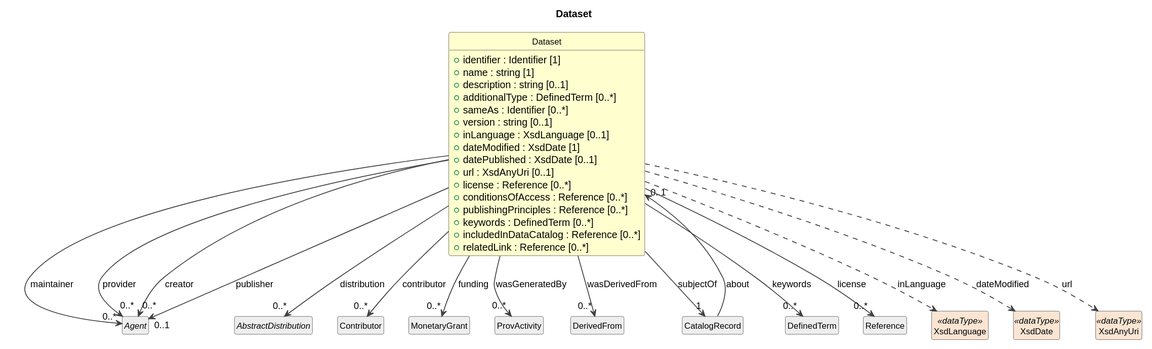
Above: cdif-uml-model/CDIFCore/Classes/Dataset.svg in Cross-Domain-Interoperability-Framework/metadataBuildingBlocks (PlantUML), before the change. Source of this version:
```plantuml
@startuml
title Dataset
hide circle
hide empty members
skinparam shadowing false
skinparam ArrowThickness 1.2
skinparam class {
  ArrowColor #404040
  BorderColor #404040
  FontSize 12
}

class "Dataset" as Dataset #FEFECE {
  +identifier : Identifier [1]
  +name : string [1]
  +description : string [0..1]
  +additionalType : DefinedTerm [0..*]
  +sameAs : Identifier [0..*]
  +version : string [0..1]
  +inLanguage : XsdLanguage [0..1]
  +dateModified : XsdDate [1]
  +datePublished : XsdDate [0..1]
  +url : XsdAnyUri [0..1]
  +license : Reference [0..*]
  +conditionsOfAccess : Reference [0..*]
  +publishingPrinciples : Reference [0..*]
  +keywords : DefinedTerm [0..*]
  +includedInDataCatalog : Reference [0..*]
  +relatedLink : Reference [0..*]
}
abstract class "Agent" as Agent #EEEEEE
Dataset --> "0..*" Agent : maintainer
Dataset --> "0..*" Agent : provider
abstract class "AbstractDistribution" as AbstractDistribution #EEEEEE
Dataset --> "0..*" AbstractDistribution : distribution
Dataset --> "0..*" Agent : creator
class "Contributor" as Contributor #EEEEEE
Dataset --> "0..*" Contributor : contributor
Dataset --> "0..1" Agent : publisher
class "MonetaryGrant" as MonetaryGrant #EEEEEE
Dataset --> "0..*" MonetaryGrant : funding
class "ProvActivity" as ProvActivity #EEEEEE
Dataset --> "0..*" ProvActivity : wasGeneratedBy
class "DerivedFrom" as DerivedFrom #EEEEEE
Dataset --> "0..*" DerivedFrom : wasDerivedFrom
class "CatalogRecord" as CatalogRecord #EEEEEE
Dataset --> "1" CatalogRecord : subjectOf
class "DefinedTerm" as DefinedTerm #EEEEEE
Dataset --> "0..*" DefinedTerm : keywords
class "Reference" as Reference #EEEEEE
Dataset --> "0..*" Reference : license
CatalogRecord --> "0..1" Dataset : about
class "XsdLanguage" as XsdLanguage <<dataType>> #FAE5D3
Dataset ..> XsdLanguage : inLanguage
class "XsdDate" as XsdDate <<dataType>> #FAE5D3
Dataset ..> XsdDate : dateModified
class "XsdAnyUri" as XsdAnyUri <<dataType>> #FAE5D3
Dataset ..> XsdAnyUri : url
@enduml
```
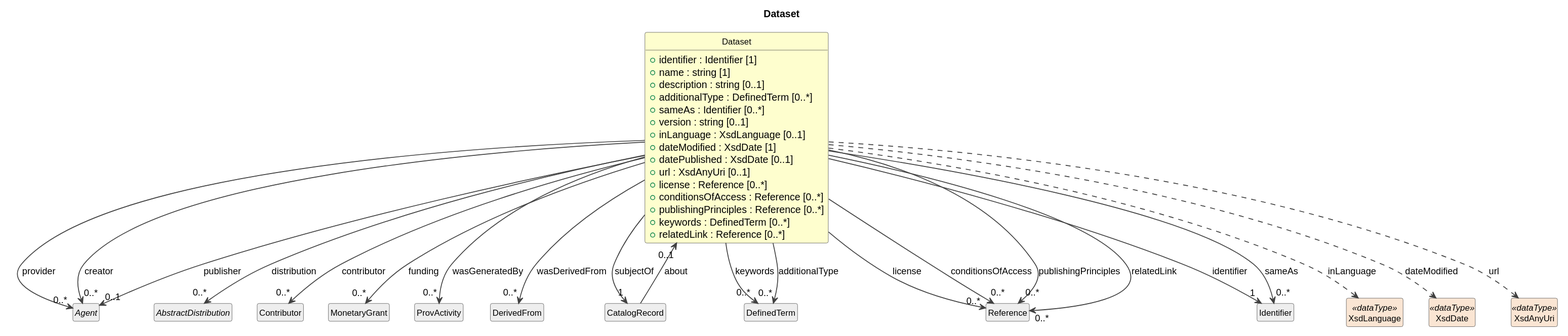
After the change.

Diff of the diagram source:
```diff
@@ -25,11 +25,9 @@
   +conditionsOfAccess : Reference [0..*]
   +publishingPrinciples : Reference [0..*]
   +keywords : DefinedTerm [0..*]
-  +includedInDataCatalog : Reference [0..*]
   +relatedLink : Reference [0..*]
 }
 abstract class "Agent" as Agent #EEEEEE
-Dataset --> "0..*" Agent : maintainer
 Dataset --> "0..*" Agent : provider
 abstract class "AbstractDistribution" as AbstractDistribution #EEEEEE
 Dataset --> "0..*" AbstractDistribution : distribution
@@ -50,10 +48,17 @@
 class "Reference" as Reference #EEEEEE
 Dataset --> "0..*" Reference : license
 CatalogRecord --> "0..1" Dataset : about
+class "Identifier" as Identifier #EEEEEE
+Dataset --> "1" Identifier : identifier
+Dataset --> "0..*" DefinedTerm : additionalType
+Dataset --> "0..*" Identifier : sameAs
 class "XsdLanguage" as XsdLanguage <<dataType>> #FAE5D3
 Dataset ..> XsdLanguage : inLanguage
 class "XsdDate" as XsdDate <<dataType>> #FAE5D3
 Dataset ..> XsdDate : dateModified
 class "XsdAnyUri" as XsdAnyUri <<dataType>> #FAE5D3
 Dataset ..> XsdAnyUri : url
+Dataset --> "0..*" Reference : conditionsOfAccess
+Dataset --> "0..*" Reference : publishingPrinciples
+Dataset --> "0..*" Reference : relatedLink
 @enduml
```
